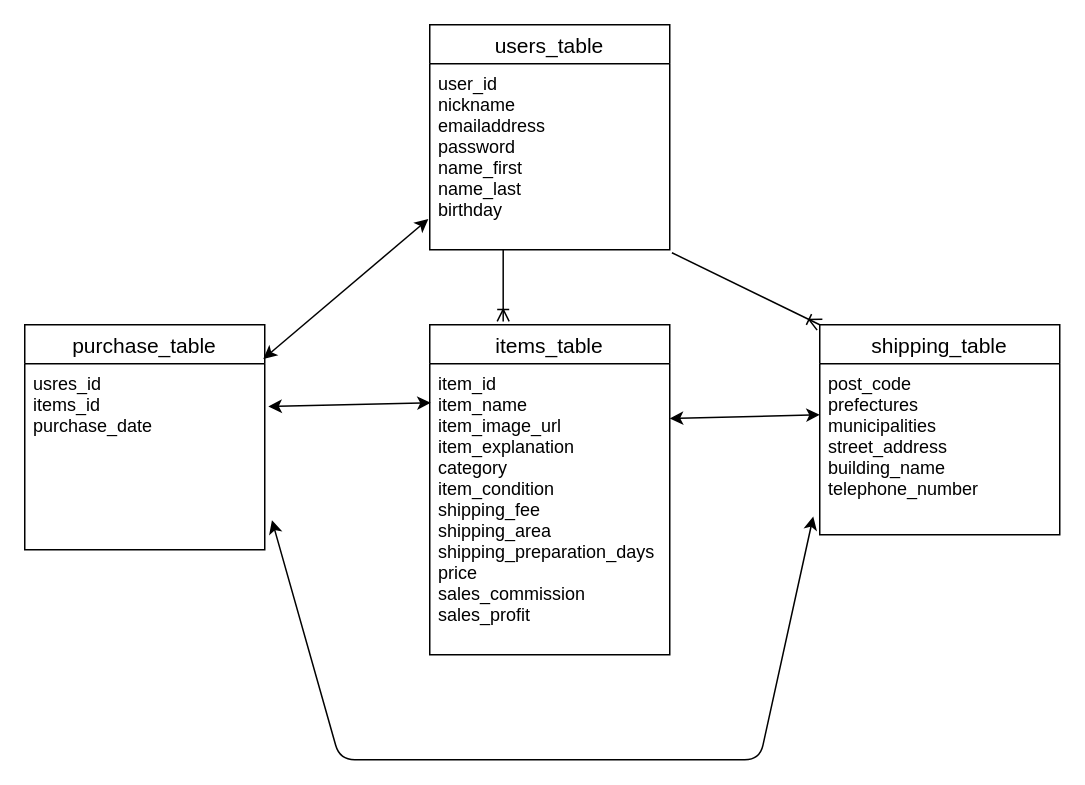
Before: app/views/ER.dio in sugimotocan/furima-40551, a draw.io diagram. Source tidied: cells renumbered, new cells numbered last; positions are measured from the earlier drawing's top-left corner, leaving out a move shared by most shapes. Both pictures are drawn from the tidied source at 150%, with x=0, y=0 at pixel (24, 24).
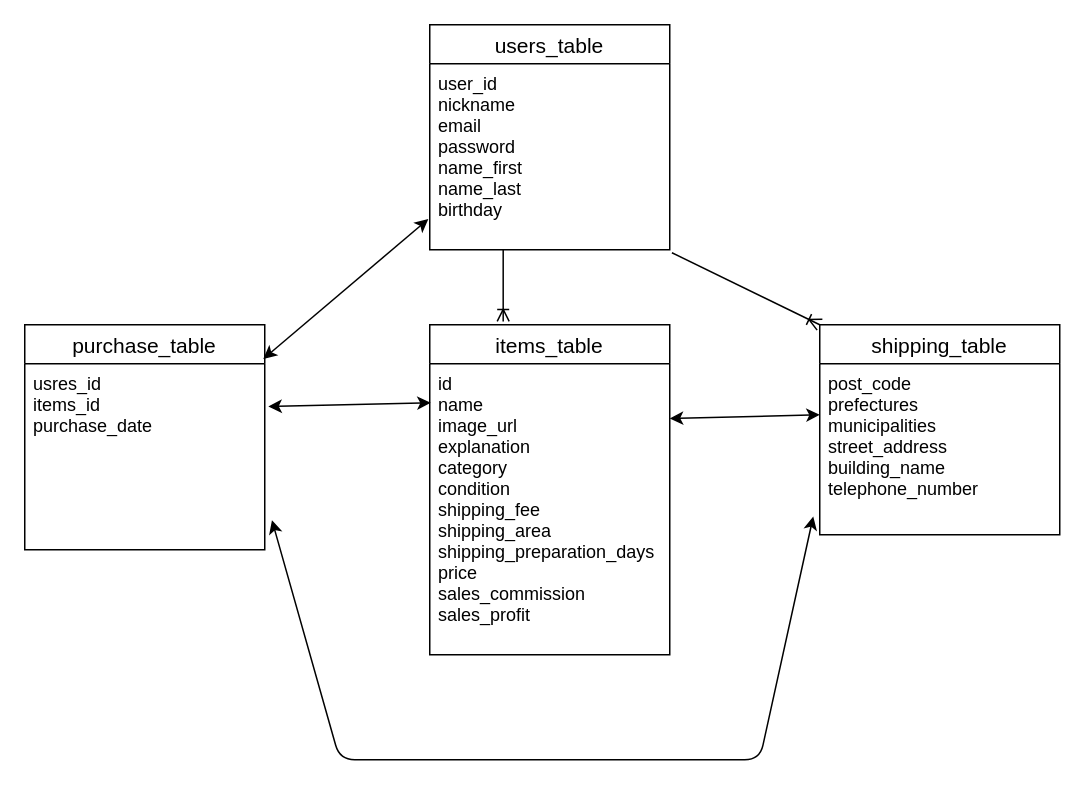
After the change.

Diff of the diagram source:
```diff
@@
 <mxGraphModel>
   <root>
     <mxCell id="0" />
     <mxCell id="1" parent="0" />
     <mxCell id="2" value="shipping_table" style="swimlane;fontStyle=0;horizontal=1;startSize=26;align=center;fontSize=14;" parent="1" vertex="1">
       <mxGeometry x="530" y="200" width="160" height="140" as="geometry" />
     </mxCell>
     <mxCell id="3" value="post_code&#10;prefectures&#10;municipalities&#10;street_address&#10;building_name&#10;telephone_number&#10;&#10;&#10;&#10;&#10;" style="text;strokeColor=none;fillColor=none;spacingLeft=4;spacingRight=4;overflow=hidden;points=[[0,0.5],[1,0.5]];portConstraint=eastwest;fontSize=12;" parent="2" vertex="1">
       <mxGeometry y="26" width="160" height="114" as="geometry" />
     </mxCell>
     <mxCell id="4" value="items_table" style="swimlane;fontStyle=0;horizontal=1;startSize=26;align=center;fontSize=14;" parent="1" vertex="1">
       <mxGeometry x="270" y="200" width="160" height="220" as="geometry" />
     </mxCell>
-    <mxCell id="5" value="item_id&#10;item_name&#10;item_image_url&#10;item_explanation&#10;category&#10;item_condition&#10;shipping_fee&#10;shipping_area&#10;shipping_preparation_days&#10;price&#10;sales_commission&#10;sales_profit&#10;&#10;&#10;&#10;&#10;&#10;" style="text;strokeColor=none;fillColor=none;spacingLeft=4;spacingRight=4;overflow=hidden;points=[[0,0.5],[1,0.5]];portConstraint=eastwest;fontSize=12;" parent="4" vertex="1">
+    <mxCell id="5" value="id&#10;name&#10;image_url&#10;explanation&#10;category&#10;condition&#10;shipping_fee&#10;shipping_area&#10;shipping_preparation_days&#10;price&#10;sales_commission&#10;sales_profit&#10;&#10;&#10;&#10;&#10;&#10;" style="text;strokeColor=none;fillColor=none;spacingLeft=4;spacingRight=4;overflow=hidden;points=[[0,0.5],[1,0.5]];portConstraint=eastwest;fontSize=12;" parent="4" vertex="1">
       <mxGeometry y="26" width="160" height="194" as="geometry" />
     </mxCell>
     <mxCell id="6" style="edgeStyle=none;html=1;endArrow=ERoneToMany;endFill=0;exitX=0.306;exitY=1;exitDx=0;exitDy=0;exitPerimeter=0;jumpSize=12;entryX=0.306;entryY=-0.01;entryDx=0;entryDy=0;entryPerimeter=0;" parent="1" edge="1" source="10" target="4">
       <mxGeometry relative="1" as="geometry" />
     </mxCell>
     <mxCell id="7" value="purchase_table" style="swimlane;fontStyle=0;horizontal=1;startSize=26;align=center;fontSize=14;" parent="1" vertex="1">
       <mxGeometry y="200" width="160" height="150" as="geometry" />
     </mxCell>
     <mxCell id="8" value="usres_id&#10;items_id&#10;purchase_date&#10;&#10;" style="text;strokeColor=none;fillColor=none;spacingLeft=4;spacingRight=4;overflow=hidden;points=[[0,0.5],[1,0.5]];portConstraint=eastwest;fontSize=12;" parent="7" vertex="1">
       <mxGeometry y="26" width="160" height="124" as="geometry" />
     </mxCell>
     <mxCell id="9" value="users_table" style="swimlane;fontStyle=0;horizontal=1;startSize=26;align=center;fontSize=14;" parent="1" vertex="1">
       <mxGeometry x="270" width="160" height="150" as="geometry" />
     </mxCell>
-    <mxCell id="10" value="user_id&#10;nickname&#10;emailaddress&#10;password&#10;name_first&#10;name_last&#10;birthday&#10;" style="text;strokeColor=none;fillColor=none;spacingLeft=4;spacingRight=4;overflow=hidden;points=[[0,0.5],[1,0.5]];portConstraint=eastwest;fontSize=12;" parent="9" vertex="1">
+    <mxCell id="10" value="user_id&#10;nickname&#10;email&#10;password&#10;name_first&#10;name_last&#10;birthday&#10;" style="text;strokeColor=none;fillColor=none;spacingLeft=4;spacingRight=4;overflow=hidden;points=[[0,0.5],[1,0.5]];portConstraint=eastwest;fontSize=12;" parent="9" vertex="1">
       <mxGeometry y="26" width="160" height="124" as="geometry" />
     </mxCell>
     <mxCell id="11" style="edgeStyle=none;html=1;endArrow=ERoneToMany;endFill=0;exitX=1.009;exitY=1.016;exitDx=0;exitDy=0;exitPerimeter=0;jumpSize=12;entryX=0;entryY=0;entryDx=0;entryDy=0;" parent="1" edge="1" source="10" target="2">
       <mxGeometry relative="1" as="geometry" />
     </mxCell>
     <mxCell id="12" style="endArrow=classic;startArrow=classic;html=1;jumpSize=12;entryX=-0.027;entryY=0.893;entryDx=0;entryDy=0;entryPerimeter=0;exitX=1.03;exitY=0.841;exitDx=0;exitDy=0;exitPerimeter=0;" parent="1" edge="1" source="8" target="3">
       <mxGeometry relative="1" as="geometry">
         <Array as="points">
           <mxPoint x="210" y="490" />
           <mxPoint x="340" y="490" />
           <mxPoint x="490" y="490" />
         </Array>
       </mxGeometry>
     </mxCell>
     <mxCell id="13" style="endArrow=classic;startArrow=classic;html=1;jumpSize=12;exitX=0.994;exitY=0.152;exitDx=0;exitDy=0;exitPerimeter=0;entryX=-0.006;entryY=0.835;entryDx=0;entryDy=0;entryPerimeter=0;" parent="1" edge="1" source="7" target="10">
       <mxGeometry relative="1" as="geometry" />
     </mxCell>
     <mxCell id="14" style="endArrow=classic;startArrow=classic;html=1;jumpSize=12;exitX=1.015;exitY=0.23;exitDx=0;exitDy=0;exitPerimeter=0;entryX=0.004;entryY=0.134;entryDx=0;entryDy=0;entryPerimeter=0;" parent="1" edge="1" source="8" target="5">
       <mxGeometry relative="1" as="geometry" />
     </mxCell>
     <mxCell id="15" style="endArrow=classic;startArrow=classic;html=1;jumpSize=12;exitX=1.015;exitY=0.23;exitDx=0;exitDy=0;exitPerimeter=0;" parent="1" edge="1">
       <mxGeometry relative="1" as="geometry">
         <mxPoint x="430" y="262.5" as="sourcePoint" />
         <mxPoint x="530" y="260" as="targetPoint" />
       </mxGeometry>
     </mxCell>
   </root>
 </mxGraphModel>
```
